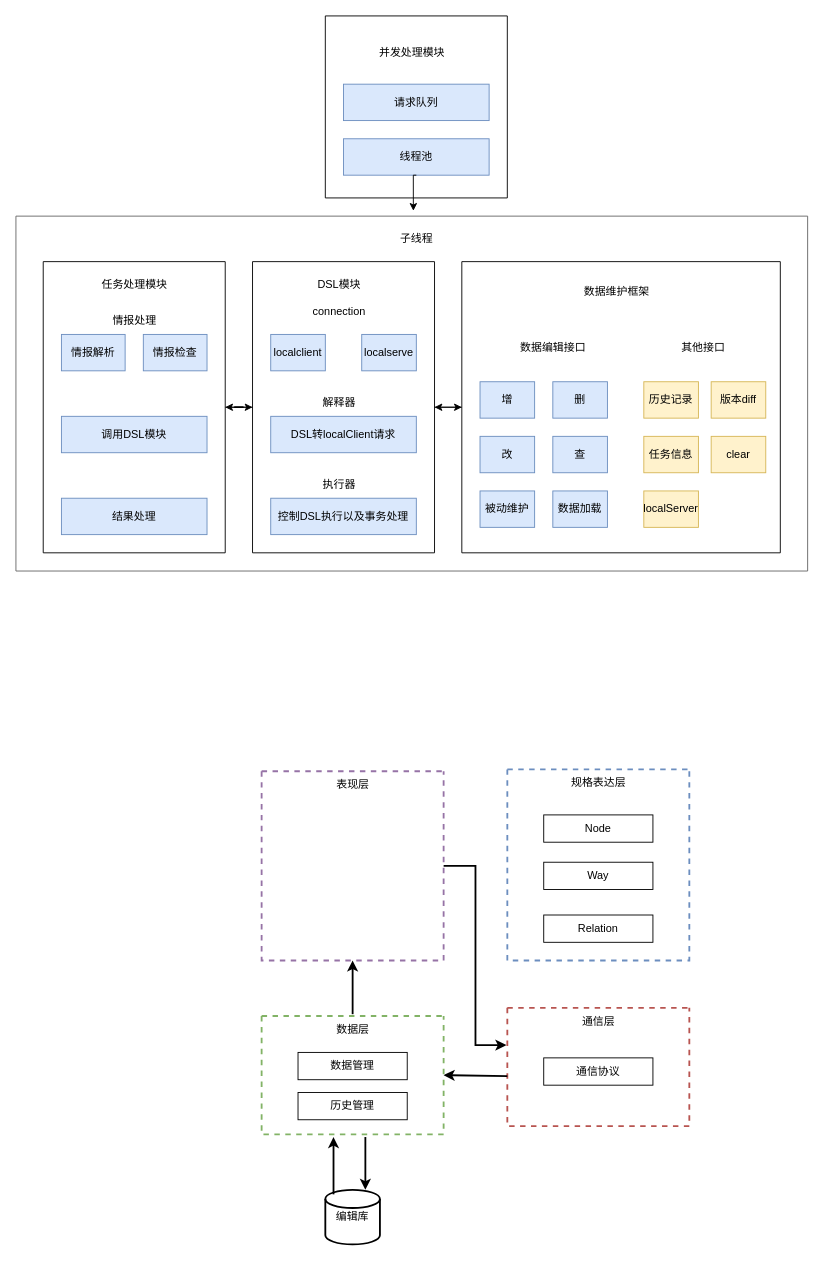
The draw.io diagram kunyu-auto-server/前端自动化服务架构图.drawio in chaijinsong/draw.io, before the edit. Source tidied: cells renumbered, new cells numbered last; positions are measured from the earlier drawing's top-left corner, leaving out a move shared by most shapes. Both pictures are drawn from the tidied source at 91%, with x=0, y=0 at pixel (15, 15).
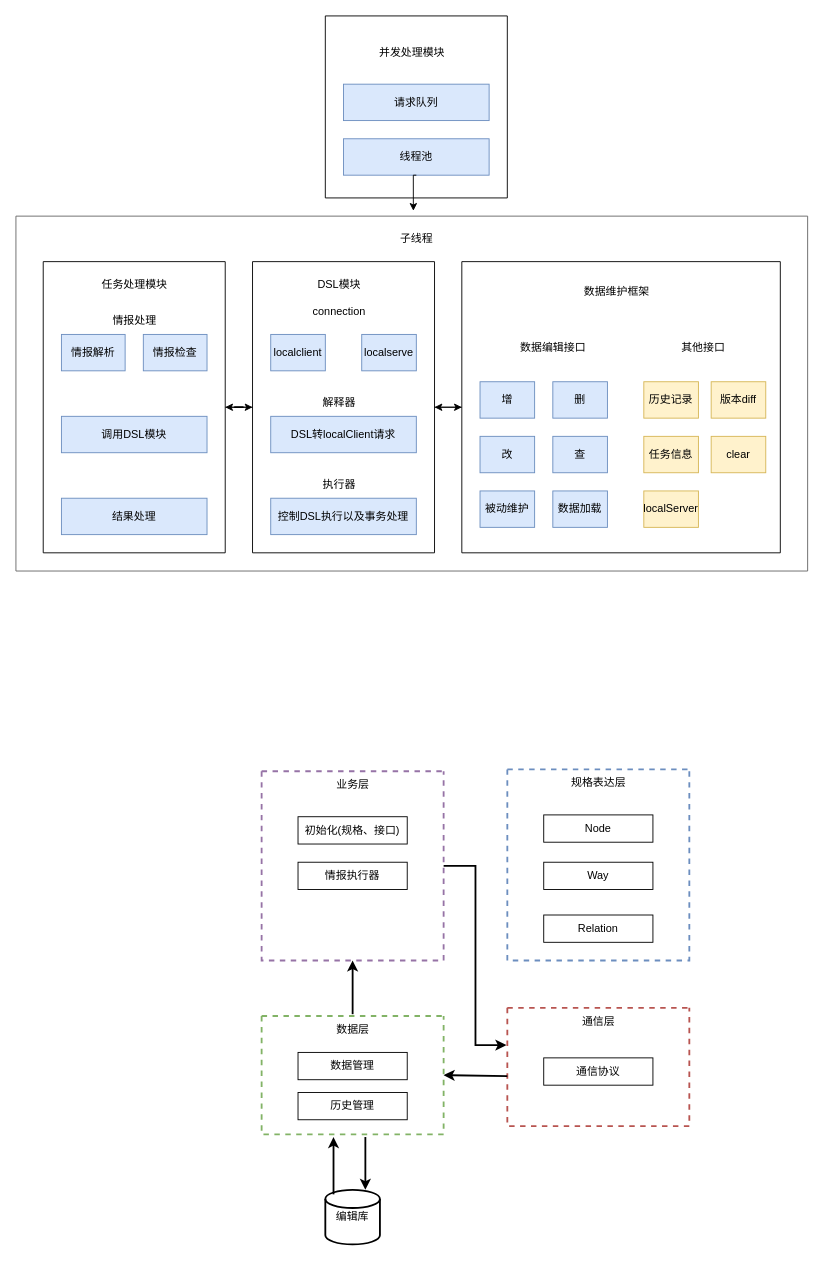
The same diagram, later.

Commit message:
更新前端自动化服务架构图.drawio

The change refers to these unchanged cells:
```xml
<mxCell id="60" style="swimlane;startSize=0;fillColor=#e1d5e7;strokeColor=#9673a6;strokeWidth=2;dashed=1;" parent="1" vertex="1">
  <mxGeometry x="270" y="830" width="200" height="208" as="geometry" />
</mxCell>
```

What changed in the source:
```diff
@@
-    <mxCell id="61" value="表现层" style="text;html=1;align=center;verticalAlign=middle;strokeColor=none;fillColor=none;" parent="60" vertex="1">
+    <mxCell id="61" value="业务层" style="text;html=1;align=center;verticalAlign=middle;strokeColor=none;fillColor=none;" parent="60" vertex="1">
       <mxGeometry x="70" width="60" height="30" as="geometry" />
     </mxCell>
+    <mxCell id="64" value="初始化(规格、接口)" style="rounded=0;whiteSpace=wrap;html=1;" parent="60" vertex="1">
+      <mxGeometry x="40" y="50" width="120" height="30" as="geometry" />
+    </mxCell>
+    <mxCell id="65" value="情报执行器" style="rounded=0;whiteSpace=wrap;html=1;" parent="60" vertex="1">
+      <mxGeometry x="40" y="100" width="120" height="30" as="geometry" />
+    </mxCell>
```
